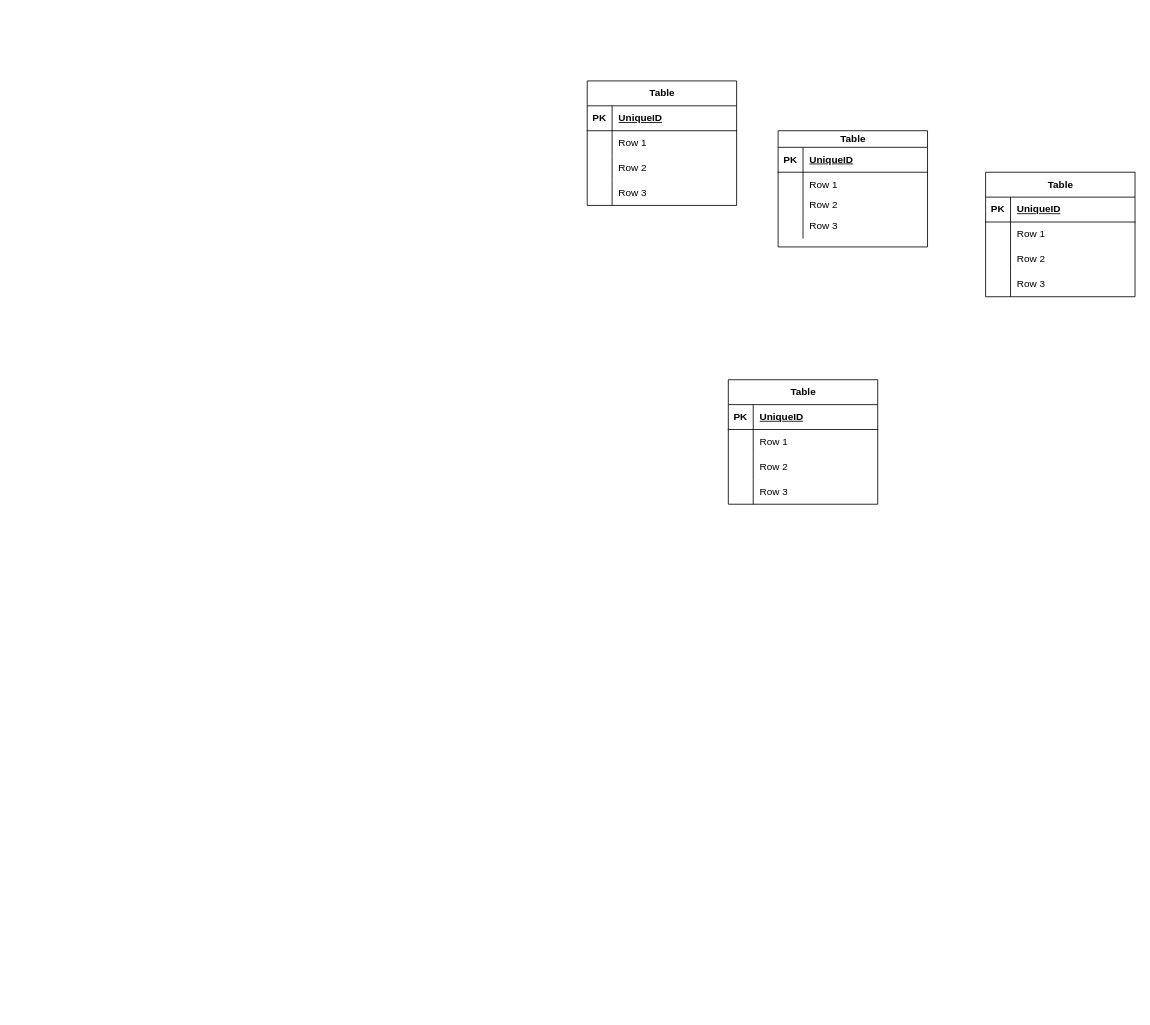
Before: Diagrama sem nome.drawio in shermanfaireflj/diagramas-UC--6, a draw.io diagram. Source tidied: cells renumbered, new cells numbered last; positions are measured from the earlier drawing's top-left corner, leaving out a move shared by most shapes. Both pictures are drawn from the tidied source at 83%, with x=0, y=0 at pixel (587, 81).
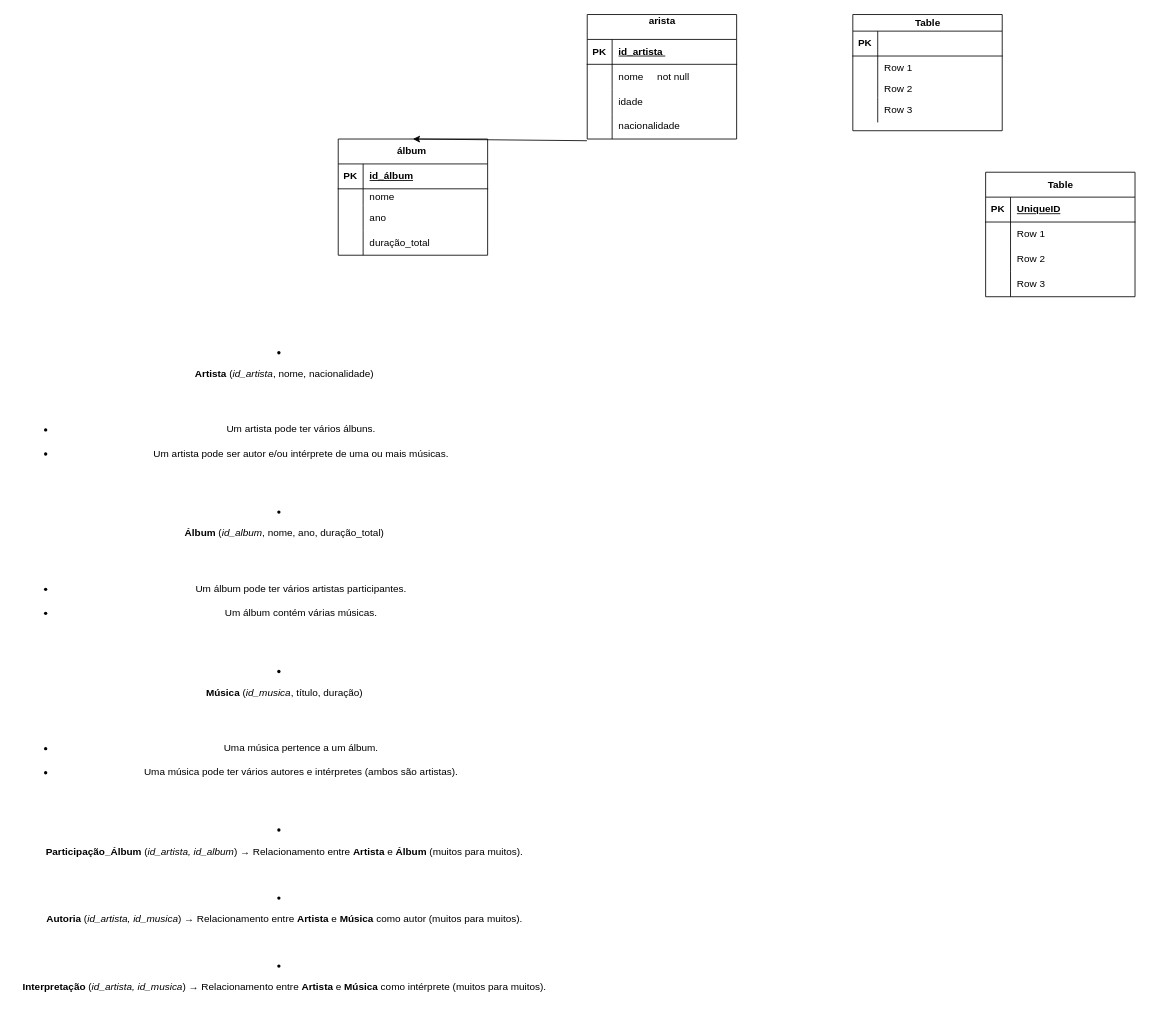
Above is the later version.

The change refers to these unchanged cells:
```xml
<mxCell id="3" style="shape=tableRow;horizontal=0;startSize=0;swimlaneHead=0;swimlaneBody=0;fillColor=none;top=0;left=0;right=0;bottom=1;" parent="2" vertex="1">
  <mxGeometry y="20" width="180" height="30" as="geometry" />
</mxCell>
<mxCell id="16" style="shape=tableRow;horizontal=0;startSize=0;swimlaneHead=0;swimlaneBody=0;fillColor=none;top=0;left=0;right=0;bottom=1;" parent="15" vertex="1">
  <mxGeometry y="30" width="180" height="30" as="geometry" />
</mxCell>
<mxCell id="42" style="shape=tableRow;horizontal=0;startSize=0;swimlaneHead=0;swimlaneBody=0;fillColor=none;top=0;left=0;right=0;bottom=1;" parent="41" vertex="1">
  <mxGeometry y="30" width="180" height="30" as="geometry" />
</mxCell>
<mxCell id="45" style="shape=tableRow;horizontal=0;startSize=0;swimlaneHead=0;swimlaneBody=0;fillColor=none;top=0;left=0;right=0;bottom=0;" parent="41" vertex="1">
  <mxGeometry y="60" width="180" height="30" as="geometry" />
</mxCell>
<mxCell id="48" style="shape=tableRow;horizontal=0;startSize=0;swimlaneHead=0;swimlaneBody=0;fillColor=none;top=0;left=0;right=0;bottom=0;" parent="41" vertex="1">
  <mxGeometry y="90" width="180" height="30" as="geometry" />
</mxCell>
<mxCell id="51" style="shape=tableRow;horizontal=0;startSize=0;swimlaneHead=0;swimlaneBody=0;fillColor=none;points=[[0,0.5],[1,0.5]];portConstraint=eastwest;top=0;left=0;right=0;bottom=0;" parent="41" vertex="1">
  <mxGeometry y="120" width="180" height="30" as="geometry" />
</mxCell>
```

The edit, as a diff of the source:
```diff
@@
     <mxCell id="2" value="Table" style="shape=table;startSize=20;childLayout=tableLayout;rowLines=0;fontStyle=1;align=center;html=1;" parent="1" vertex="1">
-      <mxGeometry x="230" y="60" width="180" height="140" as="geometry" />
+      <mxGeometry x="320" y="-80" width="180" height="140" as="geometry" />
     </mxCell>
@@
-    <mxCell id="5" value="UniqueID" style="shape=partialRectangle;fillColor=none;top=0;left=0;bottom=0;right=0;align=left;spacingLeft=6;fontStyle=5;overflow=hidden;whiteSpace=wrap;html=1;" parent="3" vertex="1">
+    <mxCell id="5" style="shape=partialRectangle;fillColor=none;top=0;left=0;bottom=0;right=0;align=left;spacingLeft=6;fontStyle=5;overflow=hidden;whiteSpace=wrap;html=1;" parent="3" vertex="1">
       <mxGeometry x="30" width="150" height="30" as="geometry" />
     </mxCell>
@@
-    <mxCell id="15" value="Table" style="shape=table;startSize=30;childLayout=tableLayout;rowLines=0;fontStyle=1;align=center;html=1;" parent="1" vertex="1">
-      <mxGeometry x="170" y="360" width="180" height="150" as="geometry" />
+    <mxCell id="15" value="álbum&amp;nbsp;" style="shape=table;startSize=30;childLayout=tableLayout;rowLines=0;fontStyle=1;align=center;html=1;" parent="1" vertex="1">
+      <mxGeometry x="-300" y="70" width="180" height="140" as="geometry" />
     </mxCell>
@@
-    <mxCell id="18" value="UniqueID" style="shape=partialRectangle;fillColor=none;top=0;left=0;bottom=0;right=0;align=left;spacingLeft=6;fontStyle=5;overflow=hidden;whiteSpace=wrap;html=1;" parent="16" vertex="1">
+    <mxCell id="18" value="id_álbum" style="shape=partialRectangle;fillColor=none;top=0;left=0;bottom=0;right=0;align=left;spacingLeft=6;fontStyle=5;overflow=hidden;whiteSpace=wrap;html=1;" parent="16" vertex="1">
       <mxGeometry x="30" width="150" height="30" as="geometry" />
     </mxCell>
     <mxCell id="19" style="shape=tableRow;horizontal=0;startSize=0;swimlaneHead=0;swimlaneBody=0;fillColor=none;top=0;left=0;right=0;bottom=0;" parent="15" vertex="1">
-      <mxGeometry y="60" width="180" height="30" as="geometry" />
+      <mxGeometry y="60" width="180" height="20" as="geometry" />
     </mxCell>
     <mxCell id="20" style="shape=partialRectangle;fillColor=none;top=0;left=0;bottom=0;right=0;overflow=hidden;whiteSpace=wrap;html=1;" parent="19" vertex="1">
-      <mxGeometry width="30" height="30" as="geometry" />
+      <mxGeometry width="30" height="20" as="geometry" />
     </mxCell>
-    <mxCell id="21" value="Row 1" style="shape=partialRectangle;fillColor=none;top=0;left=0;bottom=0;right=0;align=left;spacingLeft=6;overflow=hidden;whiteSpace=wrap;html=1;" parent="19" vertex="1">
-      <mxGeometry x="30" width="150" height="30" as="geometry" />
+    <mxCell id="21" value="nome&amp;nbsp;&amp;nbsp;" style="shape=partialRectangle;fillColor=none;top=0;left=0;bottom=0;right=0;align=left;spacingLeft=6;overflow=hidden;whiteSpace=wrap;html=1;" parent="19" vertex="1">
+      <mxGeometry x="30" width="150" height="20" as="geometry" />
     </mxCell>
     <mxCell id="22" style="shape=tableRow;horizontal=0;startSize=0;swimlaneHead=0;swimlaneBody=0;fillColor=none;top=0;left=0;right=0;bottom=0;" parent="15" vertex="1">
-      <mxGeometry y="90" width="180" height="30" as="geometry" />
+      <mxGeometry y="80" width="180" height="30" as="geometry" />
     </mxCell>
@@
-    <mxCell id="24" value="Row 2" style="shape=partialRectangle;fillColor=none;top=0;left=0;bottom=0;right=0;align=left;spacingLeft=6;overflow=hidden;whiteSpace=wrap;html=1;" parent="22" vertex="1">
+    <mxCell id="24" value="ano" style="shape=partialRectangle;fillColor=none;top=0;left=0;bottom=0;right=0;align=left;spacingLeft=6;overflow=hidden;whiteSpace=wrap;html=1;" parent="22" vertex="1">
       <mxGeometry x="30" width="150" height="30" as="geometry" />
     </mxCell>
     <mxCell id="25" style="shape=tableRow;horizontal=0;startSize=0;swimlaneHead=0;swimlaneBody=0;fillColor=none;top=0;left=0;right=0;bottom=0;" parent="15" vertex="1">
-      <mxGeometry y="120" width="180" height="30" as="geometry" />
+      <mxGeometry y="110" width="180" height="30" as="geometry" />
     </mxCell>
@@
-    <mxCell id="27" value="Row 3" style="shape=partialRectangle;fillColor=none;top=0;left=0;bottom=0;right=0;align=left;spacingLeft=6;overflow=hidden;whiteSpace=wrap;html=1;" parent="25" vertex="1">
+    <mxCell id="27" value="duração_total" style="shape=partialRectangle;fillColor=none;top=0;left=0;bottom=0;right=0;align=left;spacingLeft=6;overflow=hidden;whiteSpace=wrap;html=1;" parent="25" vertex="1">
       <mxGeometry x="30" width="150" height="30" as="geometry" />
     </mxCell>
@@
-    <mxCell id="41" value="Table" style="shape=table;startSize=30;childLayout=tableLayout;rowLines=0;fontStyle=1;align=center;html=1;" parent="1" vertex="1">
-      <mxGeometry width="180" height="150" as="geometry" />
+    <mxCell id="41" value="arista&lt;div&gt;&lt;br&gt;&lt;/div&gt;" style="shape=table;startSize=30;childLayout=tableLayout;rowLines=0;fontStyle=1;align=center;html=1;" parent="1" vertex="1">
+      <mxGeometry y="-80" width="180" height="150" as="geometry" />
     </mxCell>
@@
-    <mxCell id="44" value="UniqueID" style="shape=partialRectangle;fillColor=none;top=0;left=0;bottom=0;right=0;align=left;spacingLeft=6;fontStyle=5;overflow=hidden;whiteSpace=wrap;html=1;" parent="42" vertex="1">
+    <mxCell id="44" value="id_artista&amp;nbsp;" style="shape=partialRectangle;fillColor=none;top=0;left=0;bottom=0;right=0;align=left;spacingLeft=6;fontStyle=5;overflow=hidden;whiteSpace=wrap;html=1;" parent="42" vertex="1">
       <mxGeometry x="30" width="150" height="30" as="geometry" />
     </mxCell>
@@
-    <mxCell id="47" value="Row 1" style="shape=partialRectangle;fillColor=none;top=0;left=0;bottom=0;right=0;align=left;spacingLeft=6;overflow=hidden;whiteSpace=wrap;html=1;" parent="45" vertex="1">
+    <mxCell id="47" value="nome&amp;nbsp; &amp;nbsp; &amp;nbsp;not null&amp;nbsp;&amp;nbsp;" style="shape=partialRectangle;fillColor=none;top=0;left=0;bottom=0;right=0;align=left;spacingLeft=6;overflow=hidden;whiteSpace=wrap;html=1;" parent="45" vertex="1">
       <mxGeometry x="30" width="150" height="30" as="geometry" />
     </mxCell>
@@
-    <mxCell id="50" value="Row 2" style="shape=partialRectangle;fillColor=none;top=0;left=0;bottom=0;right=0;align=left;spacingLeft=6;overflow=hidden;whiteSpace=wrap;html=1;" parent="48" vertex="1">
+    <mxCell id="50" value="idade&amp;nbsp;" style="shape=partialRectangle;fillColor=none;top=0;left=0;bottom=0;right=0;align=left;spacingLeft=6;overflow=hidden;whiteSpace=wrap;html=1;" parent="48" vertex="1">
       <mxGeometry x="30" width="150" height="30" as="geometry" />
     </mxCell>
@@
-    <mxCell id="53" value="Row 3" style="shape=partialRectangle;fillColor=none;top=0;left=0;bottom=0;right=0;align=left;spacingLeft=6;overflow=hidden;whiteSpace=wrap;html=1;" parent="51" vertex="1">
+    <mxCell id="53" value="nacionalidade&amp;nbsp;" style="shape=partialRectangle;fillColor=none;top=0;left=0;bottom=0;right=0;align=left;spacingLeft=6;overflow=hidden;whiteSpace=wrap;html=1;" parent="51" vertex="1">
       <mxGeometry x="30" width="150" height="30" as="geometry" />
     </mxCell>
+    <mxCell id="54" value="&lt;li&gt;&lt;p&gt;&lt;strong&gt;Artista&lt;/strong&gt; (&lt;em&gt;id_artista&lt;/em&gt;, nome, nacionalidade)&lt;/p&gt;&lt;br/&gt;&lt;ul&gt;&lt;br/&gt;&lt;li&gt;Um artista pode ter vários álbuns.&lt;/li&gt;&lt;br/&gt;&lt;li&gt;Um artista pode ser autor e/ou intérprete de uma ou mais músicas.&lt;/li&gt;&lt;br/&gt;&lt;/ul&gt;&lt;br/&gt;&lt;/li&gt;&lt;br/&gt;&lt;li&gt;&lt;br/&gt;&lt;p&gt;&lt;strong&gt;Álbum&lt;/strong&gt; (&lt;em&gt;id_album&lt;/em&gt;, nome, ano, duração_total)&lt;/p&gt;&lt;br/&gt;&lt;ul&gt;&lt;br/&gt;&lt;li&gt;Um álbum pode ter vários artistas participantes.&lt;/li&gt;&lt;br/&gt;&lt;li&gt;Um álbum contém várias músicas.&lt;/li&gt;&lt;br/&gt;&lt;/ul&gt;&lt;br/&gt;&lt;/li&gt;&lt;br/&gt;&lt;li&gt;&lt;br/&gt;&lt;p&gt;&lt;strong&gt;Música&lt;/strong&gt; (&lt;em&gt;id_musica&lt;/em&gt;, título, duração)&lt;/p&gt;&lt;br/&gt;&lt;ul&gt;&lt;br/&gt;&lt;li&gt;Uma música pertence a um álbum.&lt;/li&gt;&lt;br/&gt;&lt;li&gt;Uma música pode ter vários autores e intérpretes (ambos são artistas).&lt;/li&gt;&lt;br/&gt;&lt;/ul&gt;&lt;br/&gt;&lt;/li&gt;&lt;br/&gt;&lt;li&gt;&lt;br/&gt;&lt;p&gt;&lt;strong&gt;Participação_Álbum&lt;/strong&gt; (&lt;em&gt;id_artista, id_album&lt;/em&gt;) → Relacionamento entre &lt;strong&gt;Artista&lt;/strong&gt; e &lt;strong&gt;Álbum&lt;/strong&gt; (muitos para muitos).&lt;/p&gt;&lt;br/&gt;&lt;/li&gt;&lt;br/&gt;&lt;li&gt;&lt;br/&gt;&lt;p&gt;&lt;strong&gt;Autoria&lt;/strong&gt; (&lt;em&gt;id_artista, id_musica&lt;/em&gt;) → Relacionamento entre &lt;strong&gt;Artista&lt;/strong&gt; e &lt;strong&gt;Música&lt;/strong&gt; como autor (muitos para muitos).&lt;/p&gt;&lt;br/&gt;&lt;/li&gt;&lt;br/&gt;&lt;li&gt;&lt;br/&gt;&lt;p&gt;&lt;strong&gt;Interpretação&lt;/strong&gt; (&lt;em&gt;id_artista, id_musica&lt;/em&gt;) → Relacionamento entre &lt;strong&gt;Artista&lt;/strong&gt; e &lt;strong&gt;Música&lt;/strong&gt; como intérprete (muitos para muitos).&lt;/p&gt;&lt;/li&gt;" style="text;html=1;align=center;verticalAlign=middle;strokeColor=none;fillColor=none;" parent="1" vertex="1">
+      <mxGeometry x="-690" y="310" width="650" height="810" as="geometry" />
+    </mxCell>
+    <mxCell id="55" style="endArrow=classic;html=1;rounded=0;exitX=-0.002;exitY=1.068;exitDx=0;exitDy=0;exitPerimeter=0;entryX=0.5;entryY=0;entryDx=0;entryDy=0;" parent="1" edge="1" source="51" target="15">
+      <mxGeometry relative="1" as="geometry" />
+    </mxCell>
```
